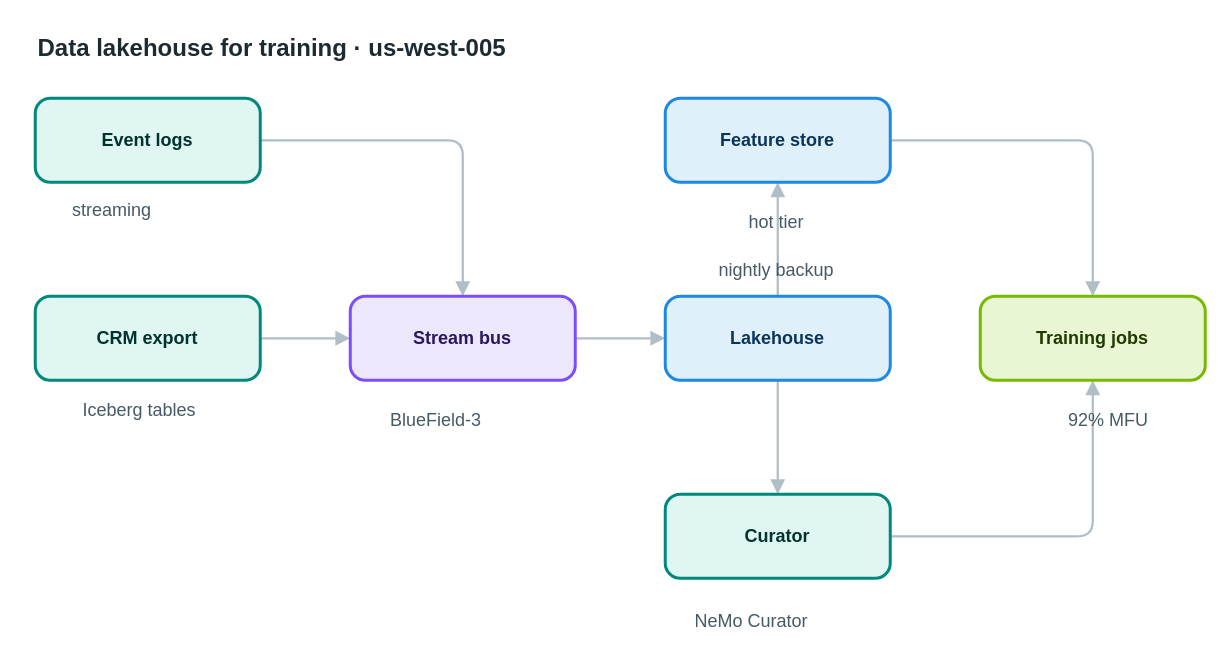
This is apps/web/public/samples/library/005-data-lakehouse-for-training.drawio from AryanG01/open-apprentice, a draw.io file, before an edit. Source tidied: cells renumbered, new cells numbered last; positions are measured from the earlier drawing's top-left corner, leaving out a move shared by most shapes. Both pictures are drawn from the tidied source at 150%, with x=0, y=0 at pixel (34, 26).
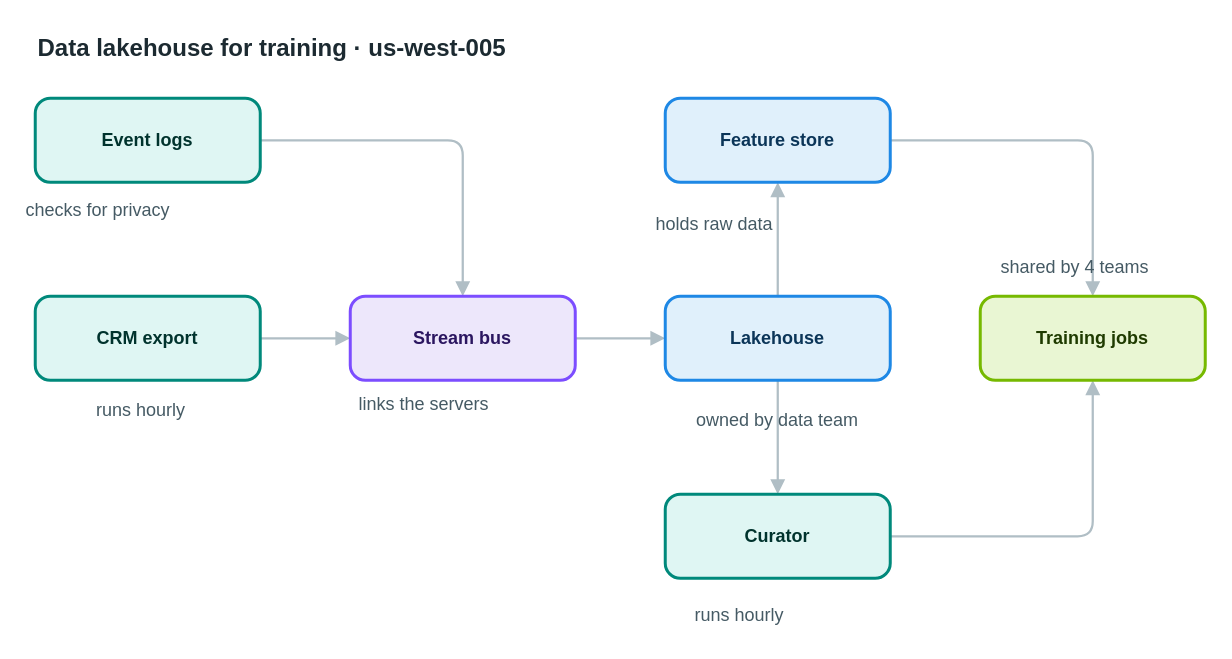
The same page after the edit.

What changed in the source:
```diff
@@
-    <mxCell id="17" value="streaming" style="text;html=1;align=left;verticalAlign=top;whiteSpace=nowrap;spacing=0;spacingTop=0;strokeColor=none;fillColor=none;fontSize=12;fontColor=#455a64;" parent="1" vertex="1">
-      <mxGeometry x="25" y="111" width="75" height="20" as="geometry" />
+    <mxCell id="17" value="checks for privacy" style="text;html=1;align=left;verticalAlign=top;whiteSpace=nowrap;spacing=0;spacingTop=0;strokeColor=none;fillColor=none;fontSize=12;fontColor=#455a64;" parent="1" vertex="1">
+      <mxGeometry x="-6" y="111" width="138" height="20" as="geometry" />
     </mxCell>
-    <mxCell id="18" value="Iceberg tables" style="text;html=1;align=left;verticalAlign=top;whiteSpace=nowrap;spacing=0;spacingTop=0;strokeColor=none;fillColor=none;fontSize=12;fontColor=#455a64;" parent="1" vertex="1">
-      <mxGeometry x="32" y="244" width="110" height="20" as="geometry" />
+    <mxCell id="18" value="runs hourly" style="text;html=1;align=left;verticalAlign=top;whiteSpace=nowrap;spacing=0;spacingTop=0;strokeColor=none;fillColor=none;fontSize=12;fontColor=#455a64;" parent="1" vertex="1">
+      <mxGeometry x="41" y="244" width="89" height="20" as="geometry" />
     </mxCell>
-    <mxCell id="19" value="BlueField-3" style="text;html=1;align=left;verticalAlign=top;whiteSpace=nowrap;spacing=0;spacingTop=0;strokeColor=none;fillColor=none;fontSize=12;fontColor=#455a64;" parent="1" vertex="1">
-      <mxGeometry x="237" y="251" width="89" height="20" as="geometry" />
+    <mxCell id="19" value="links the servers" style="text;html=1;align=left;verticalAlign=top;whiteSpace=nowrap;spacing=0;spacingTop=0;strokeColor=none;fillColor=none;fontSize=12;fontColor=#455a64;" parent="1" vertex="1">
+      <mxGeometry x="216" y="240" width="131" height="20" as="geometry" />
     </mxCell>
-    <mxCell id="20" value="nightly backup" style="text;html=1;align=left;verticalAlign=top;whiteSpace=nowrap;spacing=0;spacingTop=0;strokeColor=none;fillColor=none;fontSize=12;fontColor=#455a64;" parent="1" vertex="1">
-      <mxGeometry x="456" y="151" width="110" height="20" as="geometry" />
+    <mxCell id="20" value="owned by data team" style="text;html=1;align=left;verticalAlign=top;whiteSpace=nowrap;spacing=0;spacingTop=0;strokeColor=none;fillColor=none;fontSize=12;fontColor=#455a64;" parent="1" vertex="1">
+      <mxGeometry x="441" y="251" width="138" height="20" as="geometry" />
     </mxCell>
-    <mxCell id="21" value="hot tier" style="text;html=1;align=left;verticalAlign=top;whiteSpace=nowrap;spacing=0;spacingTop=0;strokeColor=none;fillColor=none;fontSize=12;fontColor=#455a64;" parent="1" vertex="1">
-      <mxGeometry x="476" y="119" width="68" height="20" as="geometry" />
+    <mxCell id="21" value="holds raw data" style="text;html=1;align=left;verticalAlign=top;whiteSpace=nowrap;spacing=0;spacingTop=0;strokeColor=none;fillColor=none;fontSize=12;fontColor=#455a64;" parent="1" vertex="1">
+      <mxGeometry x="414" y="120" width="110" height="20" as="geometry" />
     </mxCell>
-    <mxCell id="22" value="NeMo Curator" style="text;html=1;align=left;verticalAlign=top;whiteSpace=nowrap;spacing=0;spacingTop=0;strokeColor=none;fillColor=none;fontSize=12;fontColor=#455a64;" parent="1" vertex="1">
-      <mxGeometry x="440" y="385" width="96" height="20" as="geometry" />
+    <mxCell id="22" value="runs hourly" style="text;html=1;align=left;verticalAlign=top;whiteSpace=nowrap;spacing=0;spacingTop=0;strokeColor=none;fillColor=none;fontSize=12;fontColor=#455a64;" parent="1" vertex="1">
+      <mxGeometry x="440" y="381" width="89" height="20" as="geometry" />
     </mxCell>
-    <mxCell id="23" value="92% MFU" style="text;html=1;align=left;verticalAlign=top;whiteSpace=nowrap;spacing=0;spacingTop=0;strokeColor=none;fillColor=none;fontSize=12;fontColor=#455a64;" parent="1" vertex="1">
-      <mxGeometry x="689" y="251" width="61" height="20" as="geometry" />
+    <mxCell id="23" value="shared by 4 teams" style="text;html=1;align=left;verticalAlign=top;whiteSpace=nowrap;spacing=0;spacingTop=0;strokeColor=none;fillColor=none;fontSize=12;fontColor=#455a64;" parent="1" vertex="1">
+      <mxGeometry x="644" y="149" width="131" height="20" as="geometry" />
     </mxCell>
```
